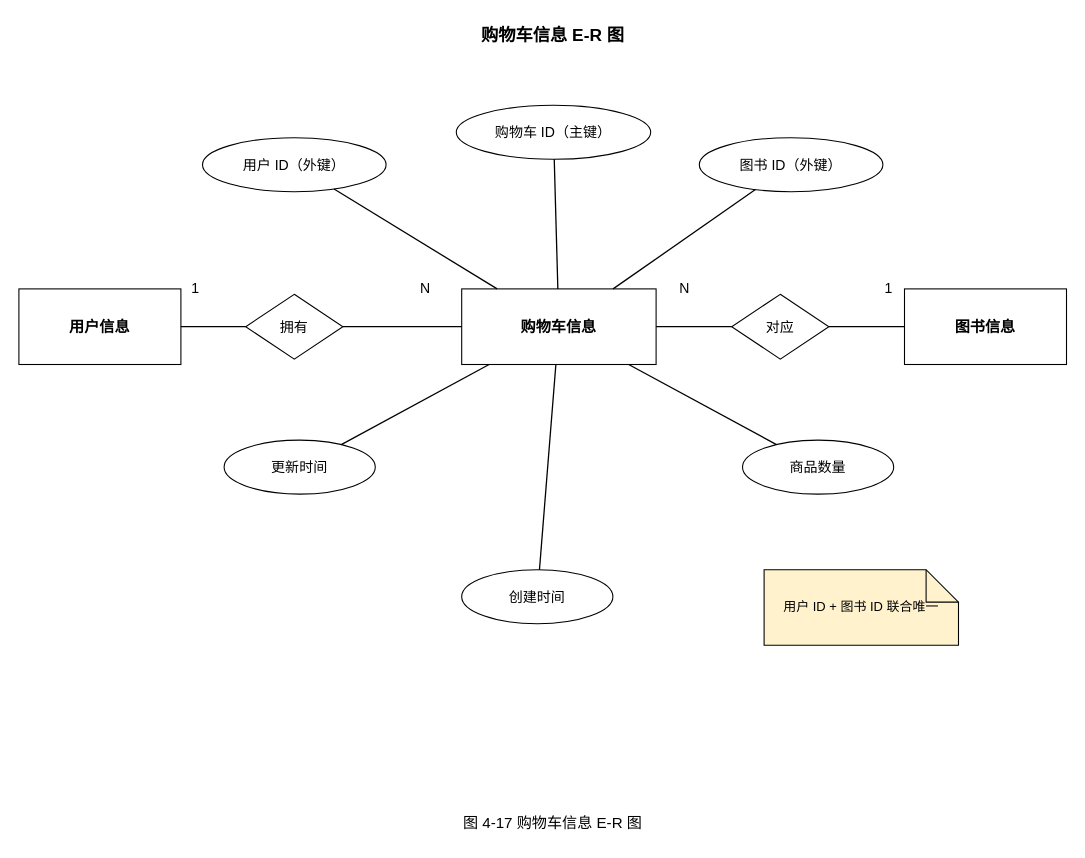
Earlier version of the draw.io diagram 4.13 购物车信息 E-R 图.drawio (wujiangcai/drawio). Source tidied: cells renumbered, new cells numbered last; positions are measured from the earlier drawing's top-left corner, leaving out a move shared by most shapes. Both pictures are drawn from the tidied source at 108%, with x=0, y=0 at pixel (18, 18).
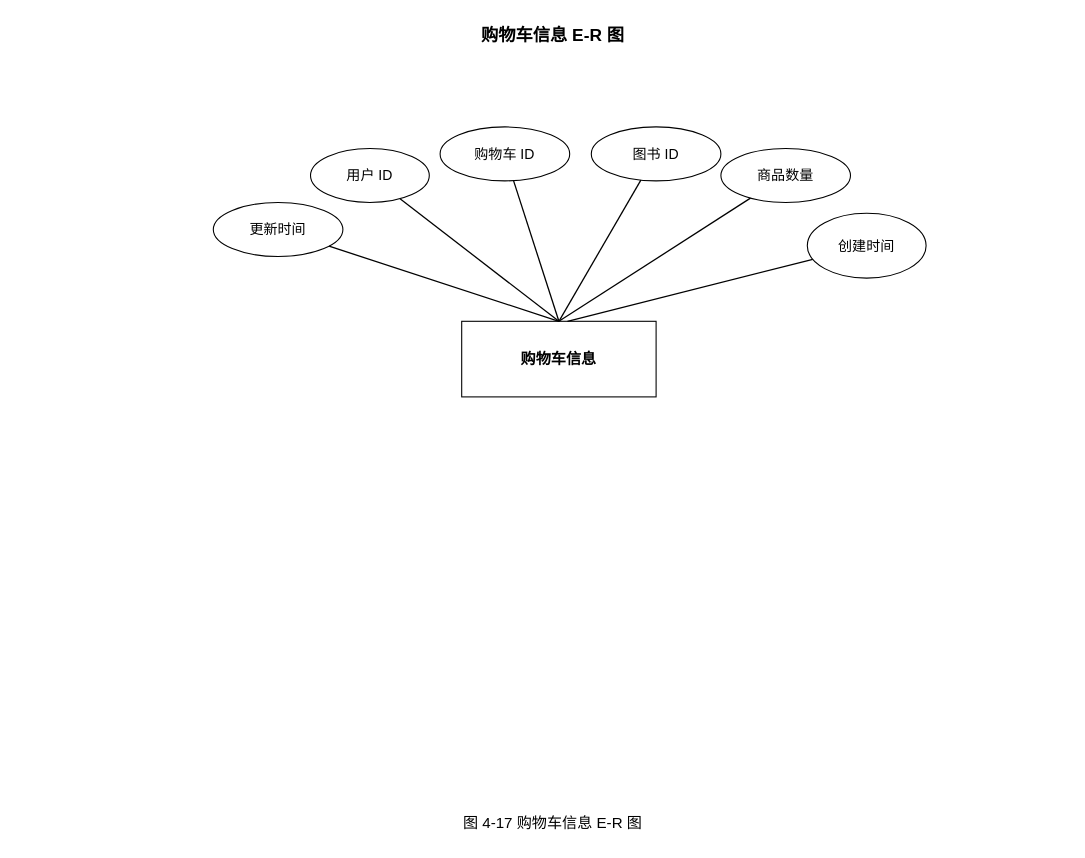
The same diagram, later.

What changed in the source:
```diff
@@
-    <mxCell id="3" value="用户信息" style="shape=rectangle;whiteSpace=wrap;html=1;strokeColor=#000000;fillColor=#ffffff;fontSize=14;fontStyle=1;" parent="1" vertex="1">
-      <mxGeometry y="250" width="150" height="70" as="geometry" />
-    </mxCell>
-    <mxCell id="4" value="图书信息" style="shape=rectangle;whiteSpace=wrap;html=1;strokeColor=#000000;fillColor=#ffffff;fontSize=14;fontStyle=1;" parent="1" vertex="1">
-      <mxGeometry x="820" y="250" width="150" height="70" as="geometry" />
-    </mxCell>
     <mxCell id="5" value="购物车信息" style="shape=rectangle;whiteSpace=wrap;html=1;strokeColor=#000000;fillColor=#ffffff;fontSize=14;fontStyle=1;" parent="1" vertex="1">
-      <mxGeometry x="410" y="250" width="180" height="70" as="geometry" />
+      <mxGeometry x="410" y="280" width="180" height="70" as="geometry" />
     </mxCell>
-    <mxCell id="6" value="拥有" style="shape=rhombus;whiteSpace=wrap;html=1;strokeColor=#000000;fillColor=#ffffff;fontSize=13;" parent="1" vertex="1">
-      <mxGeometry x="210" y="255" width="90" height="60" as="geometry" />
-    </mxCell>
-    <mxCell id="7" value="对应" style="shape=rhombus;whiteSpace=wrap;html=1;strokeColor=#000000;fillColor=#ffffff;fontSize=13;" parent="1" vertex="1">
-      <mxGeometry x="660" y="255" width="90" height="60" as="geometry" />
-    </mxCell>
-    <mxCell id="8" value="购物车 ID（主键）" style="ellipse;whiteSpace=wrap;html=1;strokeColor=#000000;fillColor=#ffffff;fontSize=13;" parent="1" vertex="1">
-      <mxGeometry x="405" y="80" width="180" height="50" as="geometry" />
+    <mxCell id="8" value="购物车 ID" style="ellipse;whiteSpace=wrap;html=1;strokeColor=#000000;fillColor=#ffffff;fontSize=13;" parent="1" vertex="1">
+      <mxGeometry x="390" y="100" width="120" height="50" as="geometry" />
     </mxCell>
-    <mxCell id="9" value="用户 ID（外键）" style="ellipse;whiteSpace=wrap;html=1;strokeColor=#000000;fillColor=#ffffff;fontSize=13;" parent="1" vertex="1">
-      <mxGeometry x="170" y="110" width="170" height="50" as="geometry" />
+    <mxCell id="9" value="用户 ID" style="ellipse;whiteSpace=wrap;html=1;strokeColor=#000000;fillColor=#ffffff;fontSize=13;" parent="1" vertex="1">
+      <mxGeometry x="270" y="120" width="110" height="50" as="geometry" />
     </mxCell>
-    <mxCell id="10" value="图书 ID（外键）" style="ellipse;whiteSpace=wrap;html=1;strokeColor=#000000;fillColor=#ffffff;fontSize=13;" parent="1" vertex="1">
-      <mxGeometry x="630" y="110" width="170" height="50" as="geometry" />
+    <mxCell id="10" value="图书 ID" style="ellipse;whiteSpace=wrap;html=1;strokeColor=#000000;fillColor=#ffffff;fontSize=13;" parent="1" vertex="1">
+      <mxGeometry x="530" y="100" width="120" height="50" as="geometry" />
     </mxCell>
     <mxCell id="11" value="商品数量" style="ellipse;whiteSpace=wrap;html=1;strokeColor=#000000;fillColor=#ffffff;fontSize=13;" parent="1" vertex="1">
-      <mxGeometry x="670" y="390" width="140" height="50" as="geometry" />
+      <mxGeometry x="650" y="120" width="120" height="50" as="geometry" />
     </mxCell>
     <mxCell id="12" value="创建时间" style="ellipse;whiteSpace=wrap;html=1;strokeColor=#000000;fillColor=#ffffff;fontSize=13;" parent="1" vertex="1">
-      <mxGeometry x="410" y="510" width="140" height="50" as="geometry" />
+      <mxGeometry x="730" y="180" width="110" height="60" as="geometry" />
     </mxCell>
     <mxCell id="13" value="更新时间" style="ellipse;whiteSpace=wrap;html=1;strokeColor=#000000;fillColor=#ffffff;fontSize=13;" parent="1" vertex="1">
-      <mxGeometry x="190" y="390" width="140" height="50" as="geometry" />
+      <mxGeometry x="180" y="170" width="120" height="50" as="geometry" />
     </mxCell>
-    <mxCell id="14" value="用户 ID + 图书 ID 联合唯一" style="shape=note;whiteSpace=wrap;html=1;strokeColor=#000000;fillColor=#fff2cc;fontSize=12;" parent="1" vertex="1">
-      <mxGeometry x="690" y="510" width="180" height="70" as="geometry" />
-    </mxCell>
-    <mxCell id="15" style="endArrow=none;strokeColor=#000000;strokeWidth=1.2;" parent="1" edge="1" source="5" target="8">
+    <mxCell id="15" style="endArrow=none;strokeColor=#000000;strokeWidth=1.2;exitX=0.5;exitY=0;exitDx=0;exitDy=0;" parent="1" edge="1" source="5" target="8">
       <mxGeometry relative="1" as="geometry" />
     </mxCell>
-    <mxCell id="16" style="endArrow=none;strokeColor=#000000;strokeWidth=1.2;" parent="1" edge="1" source="5" target="9">
+    <mxCell id="16" style="endArrow=none;strokeColor=#000000;strokeWidth=1.2;exitX=0.5;exitY=0;exitDx=0;exitDy=0;" parent="1" edge="1" source="5" target="9">
       <mxGeometry relative="1" as="geometry" />
     </mxCell>
-    <mxCell id="17" style="endArrow=none;strokeColor=#000000;strokeWidth=1.2;" parent="1" edge="1" source="5" target="10">
+    <mxCell id="17" style="endArrow=none;strokeColor=#000000;strokeWidth=1.2;exitX=0.5;exitY=0;exitDx=0;exitDy=0;" parent="1" edge="1" source="5" target="10">
       <mxGeometry relative="1" as="geometry" />
     </mxCell>
-    <mxCell id="18" style="endArrow=none;strokeColor=#000000;strokeWidth=1.2;" parent="1" edge="1" source="5" target="11">
+    <mxCell id="18" style="endArrow=none;strokeColor=#000000;strokeWidth=1.2;exitX=0.5;exitY=0;exitDx=0;exitDy=0;" parent="1" edge="1" source="5" target="11">
       <mxGeometry relative="1" as="geometry" />
     </mxCell>
-    <mxCell id="19" style="endArrow=none;strokeColor=#000000;strokeWidth=1.2;" parent="1" edge="1" source="5" target="12">
+    <mxCell id="19" style="endArrow=none;strokeColor=#000000;strokeWidth=1.2;exitX=0.544;exitY=0.002;exitDx=0;exitDy=0;exitPerimeter=0;" parent="1" edge="1" source="5" target="12">
       <mxGeometry relative="1" as="geometry" />
     </mxCell>
-    <mxCell id="20" style="endArrow=none;strokeColor=#000000;strokeWidth=1.2;" parent="1" edge="1" source="5" target="13">
+    <mxCell id="20" style="endArrow=none;strokeColor=#000000;strokeWidth=1.2;exitX=0.5;exitY=0;exitDx=0;exitDy=0;" parent="1" edge="1" source="5" target="13">
       <mxGeometry relative="1" as="geometry" />
     </mxCell>
-    <mxCell id="21" style="endArrow=none;strokeColor=#000000;strokeWidth=1.2;" parent="1" edge="1" source="3" target="6">
-      <mxGeometry relative="1" as="geometry" />
-    </mxCell>
-    <mxCell id="22" style="endArrow=none;strokeColor=#000000;strokeWidth=1.2;" parent="1" edge="1" source="6" target="5">
-      <mxGeometry relative="1" as="geometry" />
-    </mxCell>
-    <mxCell id="23" style="endArrow=none;strokeColor=#000000;strokeWidth=1.2;" parent="1" edge="1" source="5" target="7">
-      <mxGeometry relative="1" as="geometry" />
-    </mxCell>
-    <mxCell id="24" style="endArrow=none;strokeColor=#000000;strokeWidth=1.2;" parent="1" edge="1" source="7" target="4">
-      <mxGeometry relative="1" as="geometry" />
-    </mxCell>
-    <mxCell id="25" value="1" style="text;html=1;strokeColor=none;fillColor=none;fontSize=13;" parent="1" vertex="1">
-      <mxGeometry x="158" y="235" width="20" height="20" as="geometry" />
-    </mxCell>
-    <mxCell id="26" value="N" style="text;html=1;strokeColor=none;fillColor=none;fontSize=13;" parent="1" vertex="1">
-      <mxGeometry x="370" y="235" width="20" height="20" as="geometry" />
-    </mxCell>
-    <mxCell id="27" value="N" style="text;html=1;strokeColor=none;fillColor=none;fontSize=13;" parent="1" vertex="1">
-      <mxGeometry x="610" y="235" width="20" height="20" as="geometry" />
-    </mxCell>
-    <mxCell id="28" value="1" style="text;html=1;strokeColor=none;fillColor=none;fontSize=13;" parent="1" vertex="1">
-      <mxGeometry x="800" y="235" width="20" height="20" as="geometry" />
-    </mxCell>
```
